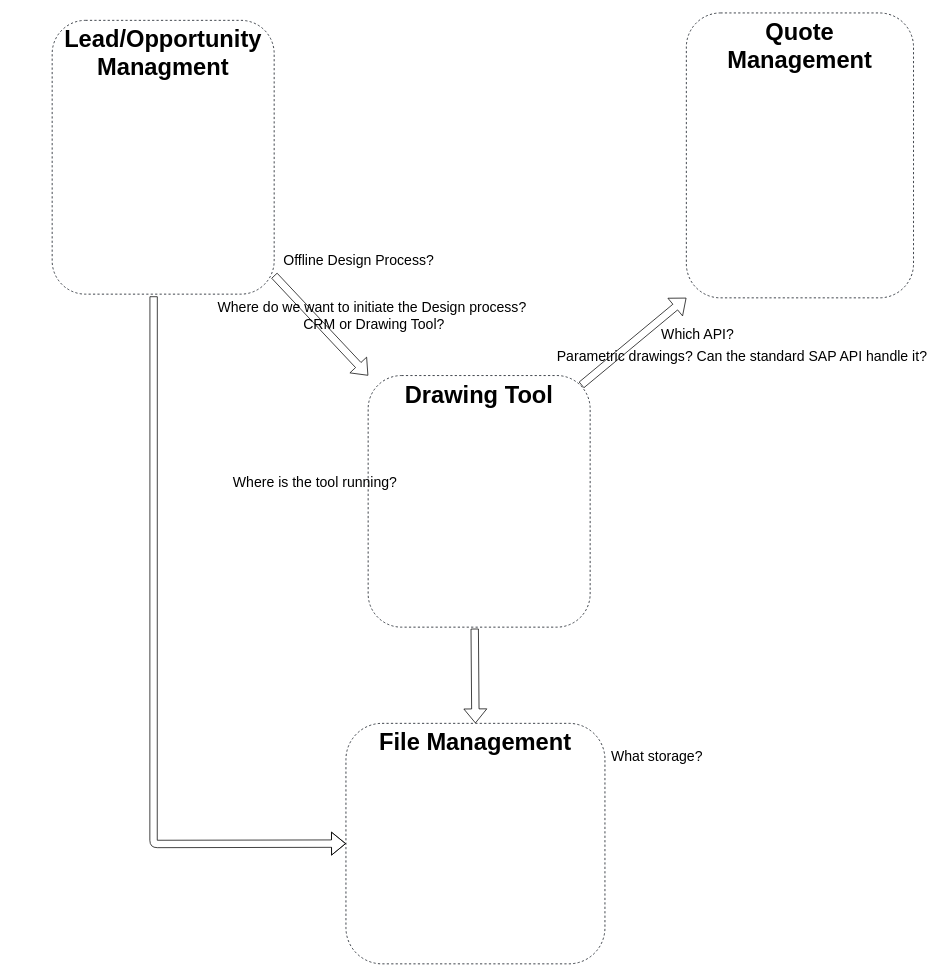
mrf742002/Diagrams keeps this draw.io diagram as page "Overall" (4 of 5) of Drawing_Tool_Integration.drawio. Above is the earlier version. Source tidied: cells renumbered, new cells numbered last; positions are measured from the earlier drawing's top-left corner, leaving out a move shared by most shapes. Both pictures are drawn from the tidied source at 74%, with x=0, y=0 at pixel (52, 13).
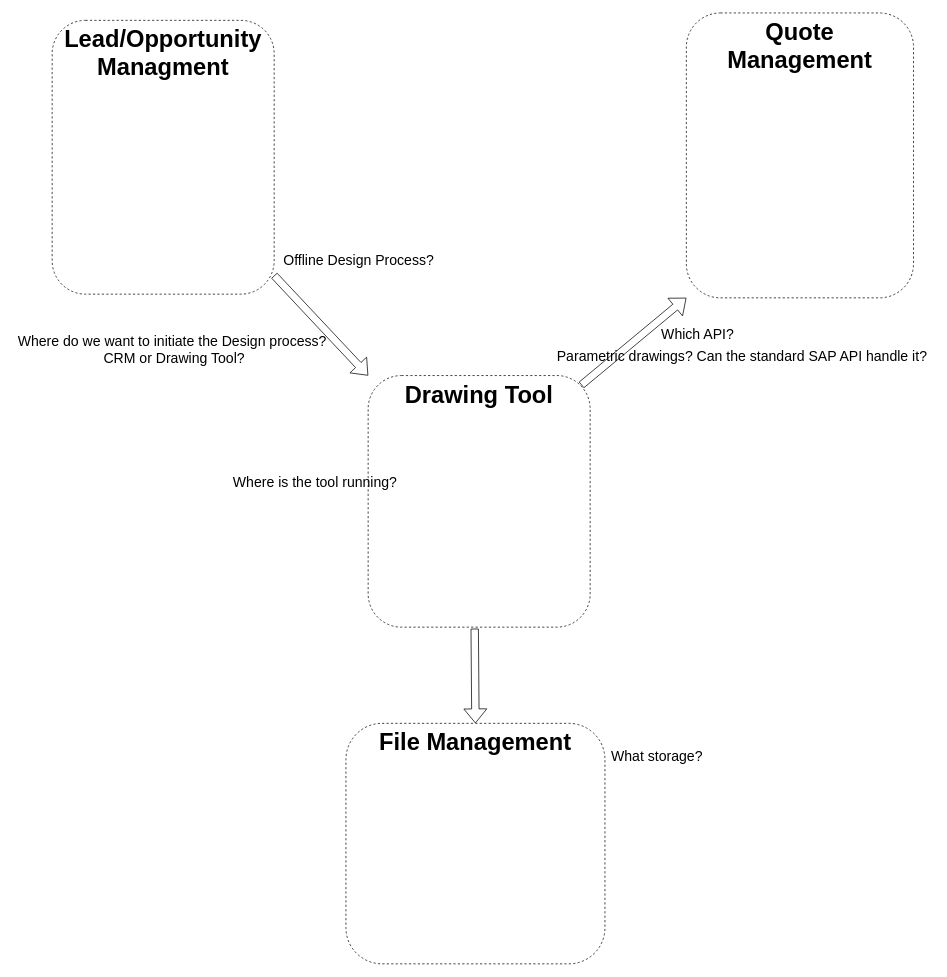
Above is the later version.

What changed in the source:
```diff
@@
 <mxGraphModel>
   <root>
     <mxCell id="0" />
     <mxCell id="1" parent="0" />
     <mxCell id="2" value="&lt;b style=&quot;font-size: 32px&quot;&gt;Lead/Opportunity Managment&lt;/b&gt;" style="rounded=1;whiteSpace=wrap;html=1;verticalAlign=top;strokeWidth=1;strokeColor=#020912;dashed=1;fontSize=32;" parent="1" vertex="1">
       <mxGeometry y="10" width="300" height="370" as="geometry" />
     </mxCell>
     <mxCell id="3" value="&lt;b style=&quot;font-size: 32px&quot;&gt;File Management&lt;/b&gt;" style="rounded=1;whiteSpace=wrap;html=1;verticalAlign=top;strokeWidth=1;strokeColor=#020912;dashed=1;fontSize=32;" parent="1" vertex="1">
       <mxGeometry x="397" y="960" width="350" height="325" as="geometry" />
     </mxCell>
     <mxCell id="4" value="&lt;b&gt;Quote &lt;br&gt;Management&lt;/b&gt;" style="rounded=1;whiteSpace=wrap;html=1;verticalAlign=top;strokeWidth=1;strokeColor=#020912;dashed=1;fontSize=32;" parent="1" vertex="1">
       <mxGeometry x="857" width="307" height="385" as="geometry" />
     </mxCell>
     <mxCell id="5" value="&lt;b style=&quot;font-size: 32px&quot;&gt;Drawing Tool&lt;/b&gt;" style="rounded=1;whiteSpace=wrap;html=1;verticalAlign=top;strokeWidth=1;strokeColor=#020912;dashed=1;fontSize=32;" parent="1" vertex="1">
       <mxGeometry x="427" y="490" width="300" height="340" as="geometry" />
     </mxCell>
     <mxCell id="6" style="shape=flexArrow;endArrow=classic;html=1;entryX=0;entryY=1;entryDx=0;entryDy=0;exitX=0.96;exitY=0.038;exitDx=0;exitDy=0;exitPerimeter=0;" parent="1" edge="1" source="5" target="4">
       <mxGeometry relative="1" as="geometry" />
     </mxCell>
     <mxCell id="7" style="shape=flexArrow;endArrow=classic;html=1;entryX=0;entryY=0;entryDx=0;entryDy=0;" parent="1" edge="1" source="2" target="5">
       <mxGeometry relative="1" as="geometry" />
     </mxCell>
     <mxCell id="8" style="shape=flexArrow;endArrow=classic;html=1;exitX=0.48;exitY=1.006;exitDx=0;exitDy=0;exitPerimeter=0;entryX=0.5;entryY=0;entryDx=0;entryDy=0;" parent="1" edge="1" source="5" target="3">
       <mxGeometry relative="1" as="geometry" />
     </mxCell>
     <mxCell id="9" value="Which API?" style="text;html=1;align=center;verticalAlign=middle;fontSize=19;" parent="1" vertex="1">
       <mxGeometry x="817" y="420" width="110" height="30" as="geometry" />
     </mxCell>
     <mxCell id="10" value="Where do we want to initiate the Design process?&lt;br&gt;&amp;nbsp;CRM or Drawing Tool?" style="text;html=1;align=center;verticalAlign=middle;fontSize=19;" parent="1" vertex="1">
-      <mxGeometry x="217" y="385" width="430" height="50" as="geometry" />
+      <mxGeometry x="-53" y="430" width="430" height="50" as="geometry" />
     </mxCell>
-    <mxCell id="11" style="shape=flexArrow;endArrow=classic;html=1;fontSize=19;exitX=0.457;exitY=1.008;exitDx=0;exitDy=0;exitPerimeter=0;entryX=0;entryY=0.5;entryDx=0;entryDy=0;" parent="1" edge="1" source="2" target="3">
-      <mxGeometry relative="1" as="geometry">
-        <Array as="points">
-          <mxPoint x="137" y="1123" />
-        </Array>
-      </mxGeometry>
-    </mxCell>
     <mxCell id="12" value="What storage?" style="text;html=1;align=center;verticalAlign=middle;fontSize=19;" parent="1" vertex="1">
       <mxGeometry x="747" y="990" width="140" height="30" as="geometry" />
     </mxCell>
     <mxCell id="13" value="Where is the tool running?" style="text;html=1;align=center;verticalAlign=middle;fontSize=19;" parent="1" vertex="1">
       <mxGeometry x="235" y="620" width="240" height="30" as="geometry" />
     </mxCell>
     <mxCell id="14" value="Parametric drawings? Can the standard SAP API handle it?" style="text;html=1;align=center;verticalAlign=middle;fontSize=19;" parent="1" vertex="1">
       <mxGeometry x="672" y="450" width="520" height="30" as="geometry" />
     </mxCell>
     <mxCell id="15" value="Offline Design Process?" style="text;html=1;align=center;verticalAlign=middle;fontSize=19;" parent="1" vertex="1">
       <mxGeometry x="304" y="320" width="220" height="30" as="geometry" />
     </mxCell>
   </root>
 </mxGraphModel>
```
